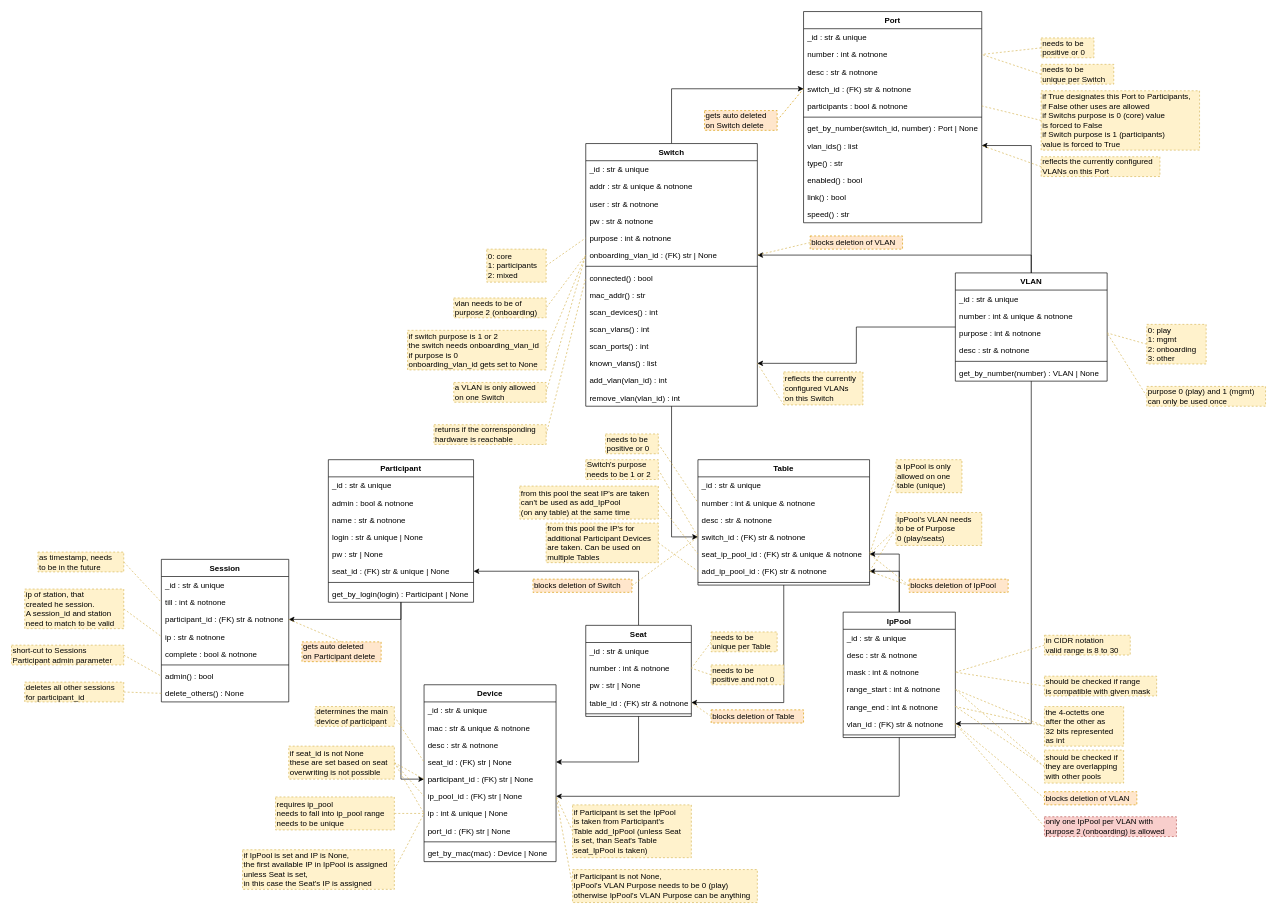
nils-ost/LanPartyOnboardingSystem keeps this draw.io diagram as docs/elements_classes.drawio. Above is the earlier version. Source tidied: cells renumbered, new cells numbered last; positions are measured from the earlier drawing's top-left corner, leaving out a move shared by most shapes. Both pictures are drawn from the tidied source at 66%, with x=0, y=0 at pixel (11, 11).
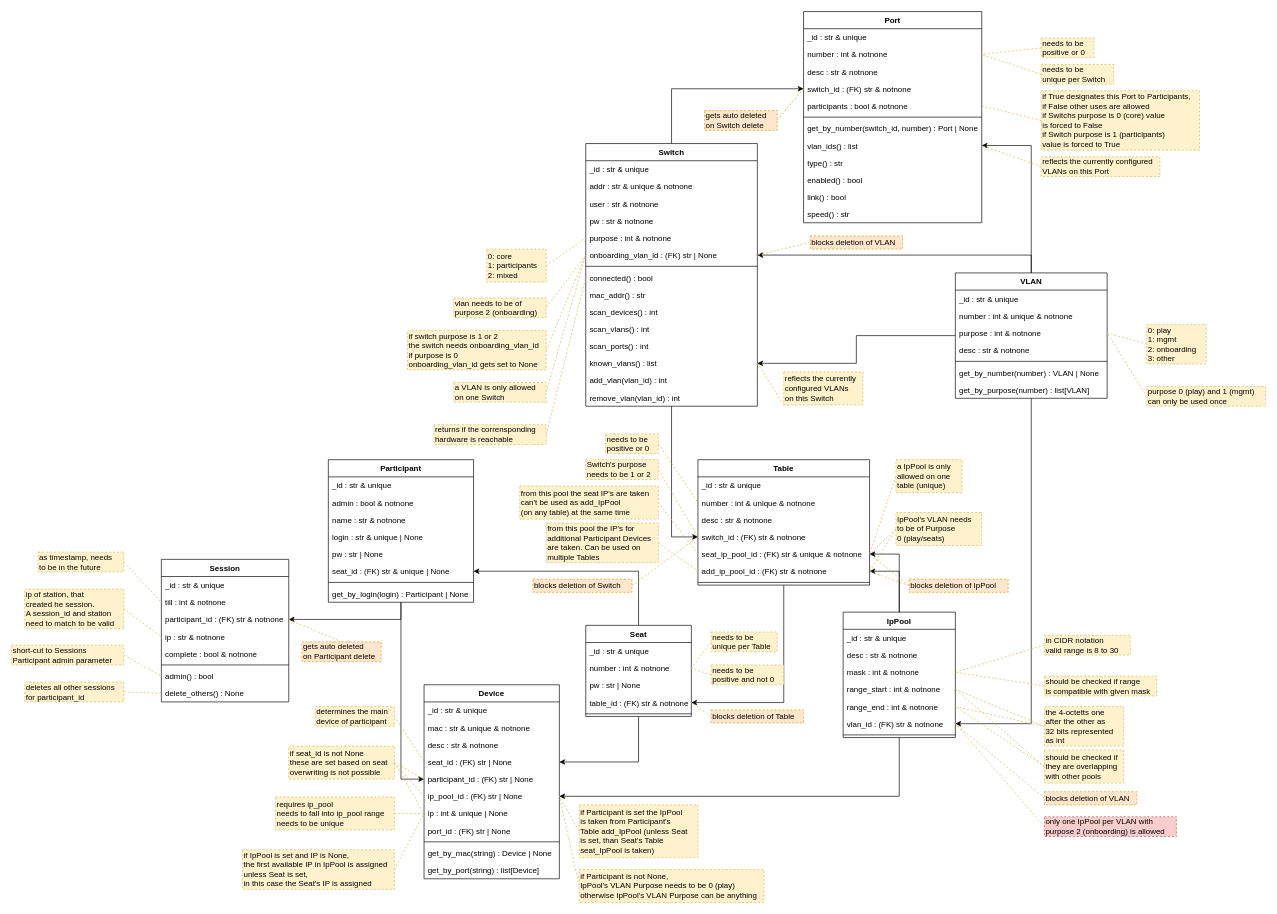
The same page after the edit.

Change to the diagram source:
```diff
@@
     <mxCell id="4" value="VLAN" style="swimlane;fontStyle=1;align=center;verticalAlign=top;horizontal=1;startSize=26;" parent="1" vertex="1">
-      <mxGeometry x="1430" y="396" width="230" height="164" as="geometry" />
+      <mxGeometry x="1430" y="396" width="230" height="190" as="geometry" />
     </mxCell>
@@
+    <mxCell id="193" value="get_by_purpose(number) : list[VLAN]" style="text;strokeColor=none;fillColor=none;align=left;verticalAlign=top;spacingLeft=4;spacingRight=4;overflow=hidden;" parent="4" vertex="1">
+      <mxGeometry y="164" width="230" height="26" as="geometry" />
+    </mxCell>
@@
     <mxCell id="72" value="Device" style="swimlane;fontStyle=1;align=center;verticalAlign=top;horizontal=1;startSize=26;" parent="1" vertex="1">
-      <mxGeometry x="625" y="1020" width="200" height="268" as="geometry" />
+      <mxGeometry x="625" y="1020" width="205" height="294" as="geometry" />
     </mxCell>
     <mxCell id="73" value="_id : str &amp; unique" style="text;strokeColor=none;fillColor=none;align=left;verticalAlign=top;spacingLeft=4;spacingRight=4;overflow=hidden;" parent="72" vertex="1">
-      <mxGeometry y="26" width="200" height="26" as="geometry" />
+      <mxGeometry y="26" width="205" height="26" as="geometry" />
     </mxCell>
     <mxCell id="74" value="mac : str &amp; unique &amp; notnone" style="text;strokeColor=none;fillColor=none;align=left;verticalAlign=top;spacingLeft=4;spacingRight=4;overflow=hidden;" parent="72" vertex="1">
-      <mxGeometry y="52" width="200" height="26" as="geometry" />
+      <mxGeometry y="52" width="205" height="26" as="geometry" />
     </mxCell>
     <mxCell id="75" value="desc : str &amp; notnone" style="text;strokeColor=none;fillColor=none;align=left;verticalAlign=top;spacingLeft=4;spacingRight=4;overflow=hidden;" parent="72" vertex="1">
-      <mxGeometry y="78" width="200" height="26" as="geometry" />
+      <mxGeometry y="78" width="205" height="26" as="geometry" />
     </mxCell>
     <mxCell id="76" value="seat_id : (FK) str | None" style="text;strokeColor=none;fillColor=none;align=left;verticalAlign=top;spacingLeft=4;spacingRight=4;overflow=hidden;points=[[0,0.5],[1,0.5]];portConstraint=eastwest;" parent="72" vertex="1">
-      <mxGeometry y="104" width="200" height="26" as="geometry" />
+      <mxGeometry y="104" width="205" height="26" as="geometry" />
     </mxCell>
     <mxCell id="77" value="participant_id : (FK) str | None" style="text;strokeColor=none;fillColor=none;align=left;verticalAlign=top;spacingLeft=4;spacingRight=4;overflow=hidden;points=[[0,0.5],[1,0.5]];portConstraint=eastwest;" parent="72" vertex="1">
-      <mxGeometry y="130" width="200" height="26" as="geometry" />
+      <mxGeometry y="130" width="205" height="26" as="geometry" />
     </mxCell>
     <mxCell id="78" value="ip_pool_id : (FK) str | None" style="text;strokeColor=none;fillColor=none;align=left;verticalAlign=top;spacingLeft=4;spacingRight=4;overflow=hidden;points=[[0,0.5],[1,0.5]];portConstraint=eastwest;" parent="72" vertex="1">
-      <mxGeometry y="156" width="200" height="26" as="geometry" />
+      <mxGeometry y="156" width="205" height="26" as="geometry" />
     </mxCell>
     <mxCell id="79" value="ip : int &amp; unique | None" style="text;strokeColor=none;fillColor=none;align=left;verticalAlign=top;spacingLeft=4;spacingRight=4;overflow=hidden;points=[[0,0.5],[1,0.5]];portConstraint=eastwest;" parent="72" vertex="1">
-      <mxGeometry y="182" width="200" height="26" as="geometry" />
+      <mxGeometry y="182" width="205" height="26" as="geometry" />
     </mxCell>
     <mxCell id="80" value="port_id : (FK) str | None" style="text;align=left;verticalAlign=top;spacingLeft=4;spacingRight=4;overflow=hidden;" parent="72" vertex="1">
-      <mxGeometry y="208" width="200" height="26" as="geometry" />
+      <mxGeometry y="208" width="205" height="26" as="geometry" />
     </mxCell>
     <mxCell id="81" style="line;strokeWidth=1;fillColor=none;align=left;verticalAlign=middle;spacingTop=-1;spacingLeft=3;spacingRight=3;labelPosition=right;" parent="72" vertex="1">
-      <mxGeometry y="234" width="200" height="8" as="geometry" />
+      <mxGeometry y="234" width="205" height="8" as="geometry" />
     </mxCell>
-    <mxCell id="82" value="get_by_mac(mac) : Device | None" style="text;strokeColor=none;fillColor=none;align=left;verticalAlign=top;spacingLeft=4;spacingRight=4;overflow=hidden;" parent="72" vertex="1">
-      <mxGeometry y="242" width="200" height="26" as="geometry" />
+    <mxCell id="82" value="get_by_mac(string) : Device | None" style="text;strokeColor=none;fillColor=none;align=left;verticalAlign=top;spacingLeft=4;spacingRight=4;overflow=hidden;" parent="72" vertex="1">
+      <mxGeometry y="242" width="205" height="26" as="geometry" />
     </mxCell>
+    <mxCell id="194" value="get_by_port(string) : list[Device]" style="text;strokeColor=none;fillColor=none;align=left;verticalAlign=top;spacingLeft=4;spacingRight=4;overflow=hidden;" parent="72" vertex="1">
+      <mxGeometry y="268" width="205" height="26" as="geometry" />
+    </mxCell>
@@
     <mxCell id="143" value="if Participant is set the IpPool&lt;br&gt;is taken from Participant's&lt;br&gt;Table add_IpPool (unless Seat&lt;br&gt;is set, than Seat's Table &lt;br&gt;seat_IpPool is taken)" style="rounded=0;whiteSpace=wrap;html=1;fillColor=#fff2cc;strokeColor=#d6b656;dashed=1;align=left;verticalAlign=middle;horizontal=1;labelPosition=center;verticalLabelPosition=middle;" parent="1" vertex="1">
-      <mxGeometry x="850" y="1202" width="180" height="80" as="geometry" />
+      <mxGeometry x="860" y="1202" width="180" height="80" as="geometry" />
     </mxCell>
@@
     <mxCell id="147" value="if Participant is not None,&lt;br&gt;IpPool's VLAN Purpose needs to be 0 (play)&lt;br&gt;otherwise IpPool's VLAN Purpose can be anything" style="rounded=0;whiteSpace=wrap;html=1;fillColor=#fff2cc;strokeColor=#d6b656;dashed=1;align=left;verticalAlign=middle;horizontal=1;labelPosition=center;verticalLabelPosition=middle;" parent="1" vertex="1">
-      <mxGeometry x="850" y="1300" width="280" height="50" as="geometry" />
+      <mxGeometry x="860" y="1300" width="280" height="50" as="geometry" />
     </mxCell>
```
